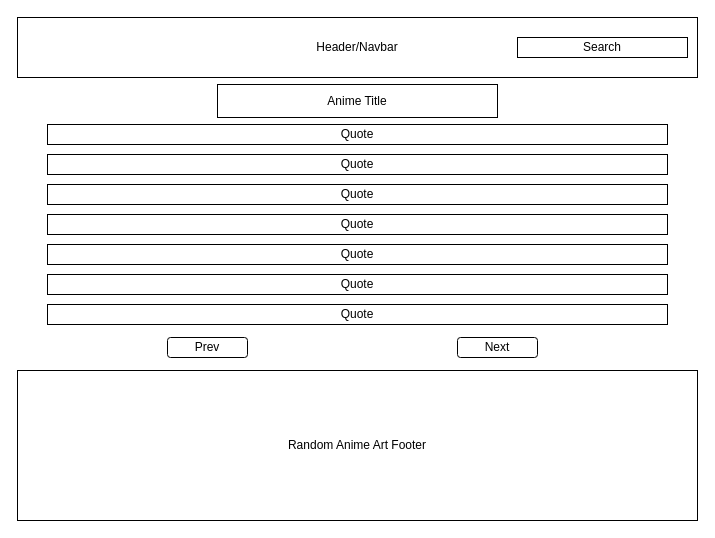
Earlier version of the draw.io diagram quotes.drawio (holgateb/quote-me-senpai). Source tidied: cells renumbered, new cells numbered last; positions are measured from the earlier drawing's top-left corner, leaving out a move shared by most shapes. Both pictures are drawn from the tidied source at 100%, with x=0, y=0 at pixel (17, 17).
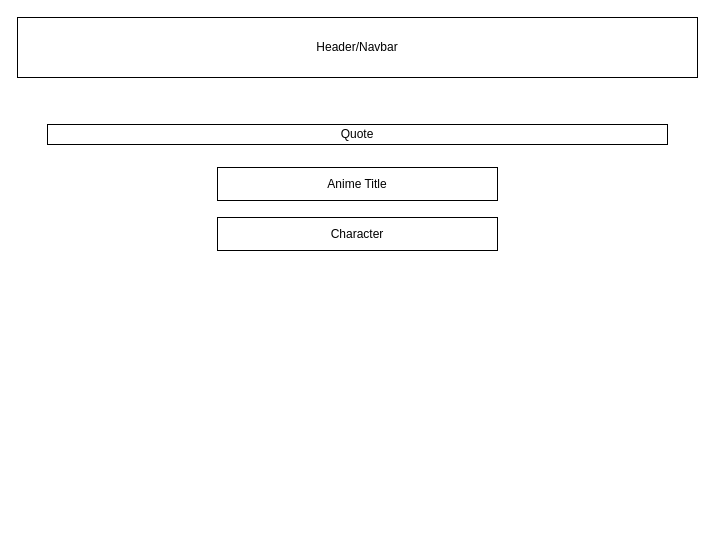
Above is the later version.

Change to the diagram source:
```diff
@@
 <mxGraphModel>
   <root>
     <mxCell id="0" />
     <mxCell id="1" parent="0" />
     <mxCell id="2" value="Header/Navbar" style="rounded=0;whiteSpace=wrap;html=1;" parent="1" vertex="1">
       <mxGeometry width="680" height="60" as="geometry" />
     </mxCell>
-    <mxCell id="3" value="Random Anime Art Footer" style="rounded=0;whiteSpace=wrap;html=1;" parent="1" vertex="1">
-      <mxGeometry y="353" width="680" height="150" as="geometry" />
-    </mxCell>
-    <mxCell id="4" value="Search" style="rounded=0;whiteSpace=wrap;html=1;" parent="1" vertex="1">
-      <mxGeometry x="500" y="20" width="170" height="20" as="geometry" />
-    </mxCell>
     <mxCell id="5" value="Quote" style="rounded=0;whiteSpace=wrap;html=1;" parent="1" vertex="1">
       <mxGeometry x="30" y="107" width="620" height="20" as="geometry" />
     </mxCell>
-    <mxCell id="6" value="Quote" style="rounded=0;whiteSpace=wrap;html=1;" parent="1" vertex="1">
-      <mxGeometry x="30" y="137" width="620" height="20" as="geometry" />
-    </mxCell>
-    <mxCell id="7" value="Quote" style="rounded=0;whiteSpace=wrap;html=1;" parent="1" vertex="1">
-      <mxGeometry x="30" y="167" width="620" height="20" as="geometry" />
-    </mxCell>
-    <mxCell id="8" value="Quote" style="rounded=0;whiteSpace=wrap;html=1;" parent="1" vertex="1">
-      <mxGeometry x="30" y="197" width="620" height="20" as="geometry" />
-    </mxCell>
-    <mxCell id="9" value="Quote" style="rounded=0;whiteSpace=wrap;html=1;" parent="1" vertex="1">
-      <mxGeometry x="30" y="227" width="620" height="20" as="geometry" />
-    </mxCell>
-    <mxCell id="10" value="Quote" style="rounded=0;whiteSpace=wrap;html=1;" parent="1" vertex="1">
-      <mxGeometry x="30" y="257" width="620" height="20" as="geometry" />
-    </mxCell>
-    <mxCell id="11" value="Quote" style="rounded=0;whiteSpace=wrap;html=1;" parent="1" vertex="1">
-      <mxGeometry x="30" y="287" width="620" height="20" as="geometry" />
-    </mxCell>
     <mxCell id="12" value="Anime Title" style="rounded=0;whiteSpace=wrap;html=1;" parent="1" vertex="1">
-      <mxGeometry x="200" y="67" width="280" height="33" as="geometry" />
+      <mxGeometry x="200" y="150" width="280" height="33" as="geometry" />
     </mxCell>
-    <mxCell id="13" value="Next" style="rounded=1;whiteSpace=wrap;html=1;" parent="1" vertex="1">
-      <mxGeometry x="440" y="320" width="80" height="20" as="geometry" />
-    </mxCell>
-    <mxCell id="14" value="Prev" style="rounded=1;whiteSpace=wrap;html=1;" parent="1" vertex="1">
-      <mxGeometry x="150" y="320" width="80" height="20" as="geometry" />
-    </mxCell>
+    <mxCell id="15" value="Character" style="rounded=0;whiteSpace=wrap;html=1;" parent="1" vertex="1">
+      <mxGeometry x="200" y="200" width="280" height="33" as="geometry" />
+    </mxCell>
   </root>
 </mxGraphModel>
```
